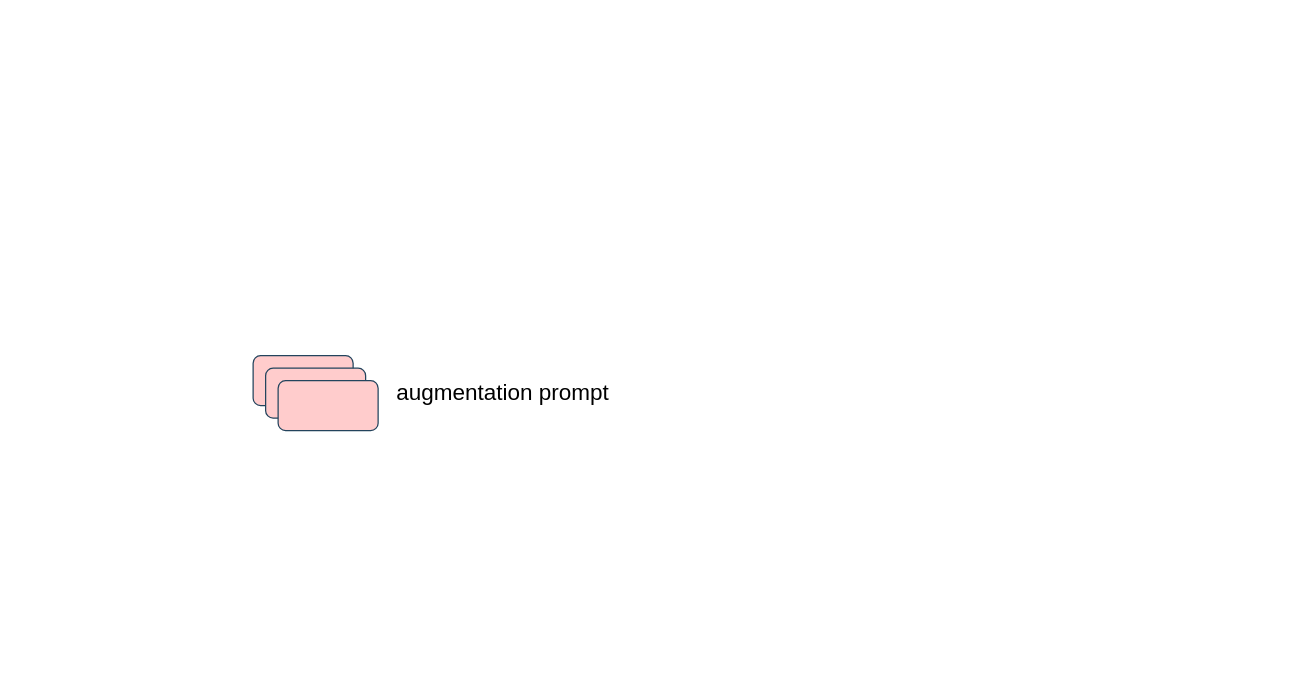
This is prompt-match.drawio from ganchi-huanggua/Semi-supervised-learning, a draw.io file, before an edit. Source tidied: cells renumbered, new cells numbered last; positions are measured from the earlier drawing's top-left corner, leaving out a move shared by most shapes. Both pictures are drawn from the tidied source at 125%, with x=0, y=0 at pixel (252, 355).
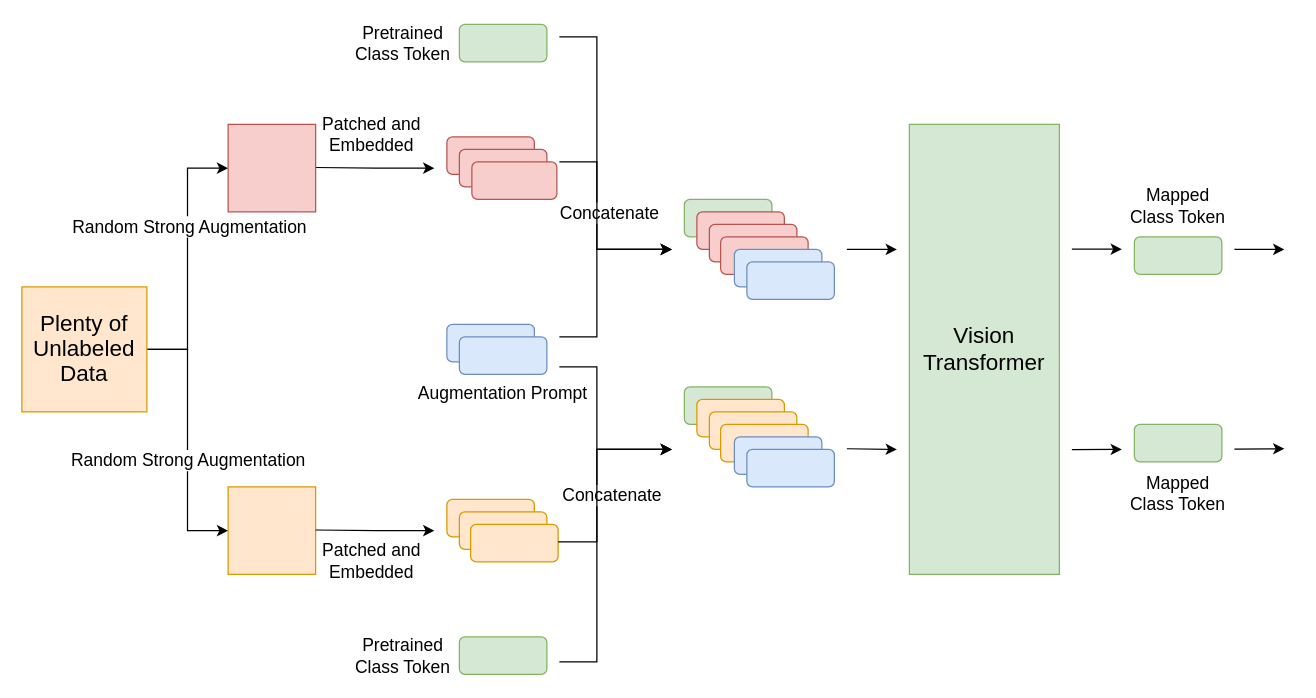
Above is the later version.

The edit, as a diff of the source:
```diff
@@
-    <mxCell id="2" style="group;" parent="1" vertex="1">
-      <mxGeometry width="100" height="60" as="geometry" />
-    </mxCell>
-    <mxCell id="3" style="rounded=1;whiteSpace=wrap;html=1;fillColor=#FFCCCC;strokeColor=#23445d;" parent="2" vertex="1">
-      <mxGeometry width="80" height="40" as="geometry" />
-    </mxCell>
-    <mxCell id="4" style="rounded=1;whiteSpace=wrap;html=1;fillColor=#FFCCCC;strokeColor=#23445d;" parent="2" vertex="1">
-      <mxGeometry x="10" y="10" width="80" height="40" as="geometry" />
-    </mxCell>
-    <mxCell id="5" style="rounded=1;whiteSpace=wrap;html=1;fillColor=#FFCCCC;strokeColor=#23445d;" parent="2" vertex="1">
-      <mxGeometry x="20" y="20" width="80" height="40" as="geometry" />
-    </mxCell>
-    <mxCell id="6" value="&lt;font face=&quot;Helvetica&quot; style=&quot;font-size: 18px;&quot;&gt;augmentation prompt&lt;/font&gt;" style="text;html=1;align=center;verticalAlign=middle;whiteSpace=wrap;rounded=0;" parent="1" vertex="1">
+    <mxCell id="6" value="&lt;font face=&quot;Helvetica&quot; style=&quot;font-size: 14px;&quot;&gt;Augmentation Prompt&lt;/font&gt;" style="text;html=1;align=center;verticalAlign=middle;whiteSpace=wrap;rounded=0;" parent="1" vertex="1">
       <mxGeometry x="80" y="15" width="240" height="30" as="geometry" />
     </mxCell>
+    <mxCell id="7" value="&lt;font style=&quot;font-size: 18px;&quot;&gt;Vision Transformer&lt;/font&gt;" style="rounded=0;whiteSpace=wrap;html=1;fillColor=#d5e8d4;strokeColor=#82b366;" parent="1" vertex="1">
+      <mxGeometry x="525" y="-185" width="120" height="360" as="geometry" />
+    </mxCell>
+    <mxCell id="8" style="edgeStyle=orthogonalEdgeStyle;rounded=0;jettySize=auto;html=1;exitX=1;exitY=0.5;exitDx=0;exitDy=0;entryX=0;entryY=0.5;entryDx=0;entryDy=0;" parent="1" edge="1" source="12" target="15">
+      <mxGeometry relative="1" as="geometry" />
+    </mxCell>
+    <mxCell id="9" value="&lt;font style=&quot;font-size: 14px;&quot;&gt;Random Strong Augmentation&lt;/font&gt;" style="edgeLabel;html=1;align=center;verticalAlign=middle;" parent="8" vertex="1">
+      <mxGeometry x="0.25" relative="1" as="geometry">
+        <mxPoint x="1" as="offset" />
+      </mxGeometry>
+    </mxCell>
+    <mxCell id="10" style="edgeStyle=orthogonalEdgeStyle;rounded=0;jettySize=auto;html=1;exitX=1;exitY=0.5;exitDx=0;exitDy=0;entryX=0;entryY=0.5;entryDx=0;entryDy=0;" parent="1" edge="1" source="12" target="13">
+      <mxGeometry relative="1" as="geometry" />
+    </mxCell>
+    <mxCell id="11" value="&lt;font style=&quot;font-size: 14px;&quot;&gt;Random Strong Augmentation&lt;/font&gt;" style="edgeLabel;html=1;align=center;verticalAlign=middle;" parent="10" vertex="1">
+      <mxGeometry x="-0.07" relative="1" as="geometry">
+        <mxPoint y="23" as="offset" />
+      </mxGeometry>
+    </mxCell>
+    <mxCell id="12" value="&lt;p style=&quot;line-height: 150%;&quot;&gt;&lt;font style=&quot;font-size: 18px;&quot;&gt;Plenty of Unlabeled Data&lt;/font&gt;&lt;/p&gt;" style="whiteSpace=wrap;html=1;fillColor=#ffe6cc;strokeColor=#d79b00;flipV=0;" parent="1" vertex="1">
+      <mxGeometry x="-185" y="-55" width="100" height="100" as="geometry" />
+    </mxCell>
+    <mxCell id="13" style="whiteSpace=wrap;html=1;fillColor=#ffe6cc;strokeColor=#d79b00;flipV=0;" parent="1" vertex="1">
+      <mxGeometry x="-20" y="105" width="70" height="70" as="geometry" />
+    </mxCell>
+    <mxCell id="14" style="edgeStyle=orthogonalEdgeStyle;rounded=0;orthogonalLoop=1;jettySize=auto;html=1;exitX=1;exitY=0.5;exitDx=0;exitDy=0;" parent="1" edge="1">
+      <mxGeometry relative="1" as="geometry">
+        <mxPoint x="50" y="-150.5" as="sourcePoint" />
+        <mxPoint x="145" y="-150" as="targetPoint" />
+      </mxGeometry>
+    </mxCell>
+    <mxCell id="15" style="whiteSpace=wrap;html=1;fillColor=#f8cecc;strokeColor=#b85450;flipV=0;" parent="1" vertex="1">
+      <mxGeometry x="-20" y="-185" width="70" height="70" as="geometry" />
+    </mxCell>
+    <mxCell id="16" value="&lt;font style=&quot;font-size: 14px;&quot;&gt;Patched and Embedded&lt;/font&gt;" style="text;html=1;align=center;verticalAlign=middle;whiteSpace=wrap;rounded=0;" parent="1" vertex="1">
+      <mxGeometry x="50" y="-192" width="90" height="30" as="geometry" />
+    </mxCell>
+    <mxCell id="17" style="edgeStyle=orthogonalEdgeStyle;rounded=0;orthogonalLoop=1;jettySize=auto;html=1;exitX=1;exitY=0.5;exitDx=0;exitDy=0;" parent="1" edge="1">
+      <mxGeometry relative="1" as="geometry">
+        <mxPoint x="50" y="139.5" as="sourcePoint" />
+        <mxPoint x="145" y="140" as="targetPoint" />
+      </mxGeometry>
+    </mxCell>
+    <mxCell id="18" value="&lt;font style=&quot;font-size: 14px;&quot;&gt;Patched and Embedded&lt;/font&gt;" style="text;html=1;align=center;verticalAlign=middle;whiteSpace=wrap;rounded=0;" parent="1" vertex="1">
+      <mxGeometry x="50" y="149" width="90" height="30" as="geometry" />
+    </mxCell>
+    <mxCell id="19" style="group;" parent="1" vertex="1">
+      <mxGeometry x="155" y="-175" width="89" height="50" as="geometry" />
+    </mxCell>
+    <mxCell id="20" style="rounded=1;whiteSpace=wrap;html=1;fillColor=#f8cecc;strokeColor=#b85450;" parent="19" vertex="1">
+      <mxGeometry width="70" height="30" as="geometry" />
+    </mxCell>
+    <mxCell id="21" style="rounded=1;whiteSpace=wrap;html=1;fillColor=#f8cecc;strokeColor=#b85450;" parent="19" vertex="1">
+      <mxGeometry x="10" y="10" width="70" height="30" as="geometry" />
+    </mxCell>
+    <mxCell id="22" style="rounded=1;whiteSpace=wrap;html=1;fillColor=#f8cecc;strokeColor=#b85450;" parent="19" vertex="1">
+      <mxGeometry x="20" y="20" width="68" height="30" as="geometry" />
+    </mxCell>
+    <mxCell id="23" style="group;" parent="1" vertex="1">
+      <mxGeometry x="155" y="-25" width="90" height="50" as="geometry" />
+    </mxCell>
+    <mxCell id="24" style="rounded=1;whiteSpace=wrap;html=1;fillColor=#dae8fc;strokeColor=#6c8ebf;" parent="23" vertex="1">
+      <mxGeometry width="70" height="30" as="geometry" />
+    </mxCell>
+    <mxCell id="25" style="rounded=1;whiteSpace=wrap;html=1;fillColor=#dae8fc;strokeColor=#6c8ebf;" parent="23" vertex="1">
+      <mxGeometry x="10" y="10" width="70" height="30" as="geometry" />
+    </mxCell>
+    <mxCell id="26" style="group;" parent="1" vertex="1">
+      <mxGeometry x="155" y="115" width="89" height="50" as="geometry" />
+    </mxCell>
+    <mxCell id="27" style="rounded=1;whiteSpace=wrap;html=1;fillColor=#ffe6cc;strokeColor=#d79b00;" parent="26" vertex="1">
+      <mxGeometry width="70" height="30" as="geometry" />
+    </mxCell>
+    <mxCell id="28" style="rounded=1;whiteSpace=wrap;html=1;fillColor=#ffe6cc;strokeColor=#d79b00;" parent="26" vertex="1">
+      <mxGeometry x="10" y="10" width="70" height="30" as="geometry" />
+    </mxCell>
+    <mxCell id="29" style="rounded=1;whiteSpace=wrap;html=1;fillColor=#ffe6cc;strokeColor=#d79b00;" parent="26" vertex="1">
+      <mxGeometry x="19" y="20" width="70" height="30" as="geometry" />
+    </mxCell>
+    <mxCell id="30" style="edgeStyle=orthogonalEdgeStyle;rounded=0;orthogonalLoop=1;jettySize=auto;html=1;exitX=0.5;exitY=1;exitDx=0;exitDy=0;" parent="1" edge="1" source="6" target="6">
+      <mxGeometry relative="1" as="geometry" />
+    </mxCell>
+    <mxCell id="31" style="group;" parent="1" vertex="1">
+      <mxGeometry x="355" y="35" width="120" height="80" as="geometry" />
+    </mxCell>
+    <mxCell id="32" style="group;" parent="31" vertex="1">
+      <mxGeometry width="89" height="50" as="geometry" />
+    </mxCell>
+    <mxCell id="33" style="rounded=1;whiteSpace=wrap;html=1;fillColor=#d5e8d4;strokeColor=#82b366;" parent="32" vertex="1">
+      <mxGeometry x="-10" y="-10" width="70" height="30" as="geometry" />
+    </mxCell>
+    <mxCell id="34" style="rounded=1;whiteSpace=wrap;html=1;fillColor=#ffe6cc;strokeColor=#d79b00;" parent="32" vertex="1">
+      <mxGeometry width="70" height="30" as="geometry" />
+    </mxCell>
+    <mxCell id="35" style="rounded=1;whiteSpace=wrap;html=1;fillColor=#ffe6cc;strokeColor=#d79b00;" parent="32" vertex="1">
+      <mxGeometry x="10" y="10" width="70" height="30" as="geometry" />
+    </mxCell>
+    <mxCell id="36" style="rounded=1;whiteSpace=wrap;html=1;fillColor=#ffe6cc;strokeColor=#d79b00;" parent="32" vertex="1">
+      <mxGeometry x="19" y="20" width="70" height="30" as="geometry" />
+    </mxCell>
+    <mxCell id="37" style="group;" parent="31" vertex="1">
+      <mxGeometry x="30" y="30" width="90" height="50" as="geometry" />
+    </mxCell>
+    <mxCell id="38" style="rounded=1;whiteSpace=wrap;html=1;fillColor=#dae8fc;strokeColor=#6c8ebf;" parent="37" vertex="1">
+      <mxGeometry width="70" height="30" as="geometry" />
+    </mxCell>
+    <mxCell id="39" style="rounded=1;whiteSpace=wrap;html=1;fillColor=#dae8fc;strokeColor=#6c8ebf;" parent="37" vertex="1">
+      <mxGeometry x="10" y="10" width="70" height="30" as="geometry" />
+    </mxCell>
+    <mxCell id="40" style="endArrow=classic;html=1;rounded=0;" parent="1" edge="1">
+      <mxGeometry relative="1" as="geometry">
+        <mxPoint x="245" y="-15" as="sourcePoint" />
+        <mxPoint x="335" y="-85" as="targetPoint" />
+        <Array as="points">
+          <mxPoint x="275" y="-15" />
+          <mxPoint x="275" y="-85" />
+        </Array>
+      </mxGeometry>
+    </mxCell>
+    <mxCell id="41" style="endArrow=classic;html=1;rounded=0;" parent="1" edge="1">
+      <mxGeometry relative="1" as="geometry">
+        <mxPoint x="245" y="-155" as="sourcePoint" />
+        <mxPoint x="335" y="-85" as="targetPoint" />
+        <Array as="points">
+          <mxPoint x="275" y="-155" />
+          <mxPoint x="275" y="-85" />
+        </Array>
+      </mxGeometry>
+    </mxCell>
+    <mxCell id="42" value="&lt;font style=&quot;font-size: 14px;&quot;&gt;Concatenate&lt;/font&gt;" style="edgeLabel;html=1;align=center;verticalAlign=middle;" parent="41" vertex="1">
+      <mxGeometry x="0.38" y="-2" relative="1" as="geometry">
+        <mxPoint x="-1" y="-32" as="offset" />
+      </mxGeometry>
+    </mxCell>
+    <mxCell id="43" style="endArrow=classic;html=1;rounded=0;" parent="1" edge="1">
+      <mxGeometry relative="1" as="geometry">
+        <mxPoint x="244" y="149" as="sourcePoint" />
+        <mxPoint x="335" y="75" as="targetPoint" />
+        <Array as="points">
+          <mxPoint x="275" y="149" />
+          <mxPoint x="275" y="75" />
+        </Array>
+      </mxGeometry>
+    </mxCell>
+    <mxCell id="44" style="endArrow=classic;html=1;rounded=0;" parent="1" edge="1">
+      <mxGeometry relative="1" as="geometry">
+        <mxPoint x="245" y="9" as="sourcePoint" />
+        <mxPoint x="335" y="75" as="targetPoint" />
+        <Array as="points">
+          <mxPoint x="275" y="9" />
+          <mxPoint x="275" y="75" />
+        </Array>
+      </mxGeometry>
+    </mxCell>
+    <mxCell id="45" value="&lt;font style=&quot;font-size: 14px;&quot;&gt;Concatenate&lt;/font&gt;" style="edgeLabel;html=1;align=center;verticalAlign=middle;" parent="44" vertex="1">
+      <mxGeometry x="0.38" y="-2" relative="1" as="geometry">
+        <mxPoint x="-1" y="34" as="offset" />
+      </mxGeometry>
+    </mxCell>
+    <mxCell id="46" style="group;" parent="1" vertex="1">
+      <mxGeometry x="355" y="-115" width="120" height="80" as="geometry" />
+    </mxCell>
+    <mxCell id="47" style="group;" parent="46" vertex="1">
+      <mxGeometry width="89" height="50" as="geometry" />
+    </mxCell>
+    <mxCell id="48" style="rounded=1;whiteSpace=wrap;html=1;fillColor=#d5e8d4;strokeColor=#82b366;" parent="47" vertex="1">
+      <mxGeometry x="-10" y="-10" width="70" height="30" as="geometry" />
+    </mxCell>
+    <mxCell id="49" style="rounded=1;whiteSpace=wrap;html=1;fillColor=#f8cecc;strokeColor=#b85450;" parent="47" vertex="1">
+      <mxGeometry width="70" height="30" as="geometry" />
+    </mxCell>
+    <mxCell id="50" style="rounded=1;whiteSpace=wrap;html=1;fillColor=#f8cecc;strokeColor=#b85450;" parent="47" vertex="1">
+      <mxGeometry x="10" y="10" width="70" height="30" as="geometry" />
+    </mxCell>
+    <mxCell id="51" style="rounded=1;whiteSpace=wrap;html=1;fillColor=#f8cecc;strokeColor=#b85450;" parent="47" vertex="1">
+      <mxGeometry x="19" y="20" width="70" height="30" as="geometry" />
+    </mxCell>
+    <mxCell id="52" style="group;" parent="46" vertex="1">
+      <mxGeometry x="30" y="30" width="90" height="50" as="geometry" />
+    </mxCell>
+    <mxCell id="53" style="rounded=1;whiteSpace=wrap;html=1;fillColor=#dae8fc;strokeColor=#6c8ebf;" parent="52" vertex="1">
+      <mxGeometry width="70" height="30" as="geometry" />
+    </mxCell>
+    <mxCell id="54" style="rounded=1;whiteSpace=wrap;html=1;fillColor=#dae8fc;strokeColor=#6c8ebf;" parent="52" vertex="1">
+      <mxGeometry x="10" y="10" width="70" height="30" as="geometry" />
+    </mxCell>
+    <mxCell id="55" style="endArrow=classic;html=1;rounded=0;" parent="1" edge="1">
+      <mxGeometry relative="1" as="geometry">
+        <mxPoint x="475" y="-85" as="sourcePoint" />
+        <mxPoint x="515" y="-85" as="targetPoint" />
+      </mxGeometry>
+    </mxCell>
+    <mxCell id="56" style="endArrow=classic;html=1;rounded=0;" parent="1" edge="1">
+      <mxGeometry relative="1" as="geometry">
+        <mxPoint x="475" y="74.5" as="sourcePoint" />
+        <mxPoint x="515" y="75" as="targetPoint" />
+      </mxGeometry>
+    </mxCell>
+    <mxCell id="57" style="rounded=1;whiteSpace=wrap;html=1;fillColor=#d5e8d4;strokeColor=#82b366;" parent="1" vertex="1">
+      <mxGeometry x="165" y="-265" width="70" height="30" as="geometry" />
+    </mxCell>
+    <mxCell id="58" value="&lt;font style=&quot;font-size: 14px;&quot;&gt;Pretrained Class Token&lt;/font&gt;" style="text;html=1;align=center;verticalAlign=middle;whiteSpace=wrap;rounded=0;" parent="1" vertex="1">
+      <mxGeometry x="75" y="-265" width="90" height="30" as="geometry" />
+    </mxCell>
+    <mxCell id="59" style="endArrow=classic;html=1;rounded=0;" parent="1" edge="1">
+      <mxGeometry relative="1" as="geometry">
+        <mxPoint x="245" y="-255" as="sourcePoint" />
+        <mxPoint x="335" y="-85" as="targetPoint" />
+        <Array as="points">
+          <mxPoint x="275" y="-255" />
+          <mxPoint x="275" y="-85" />
+        </Array>
+      </mxGeometry>
+    </mxCell>
+    <mxCell id="60" style="rounded=1;whiteSpace=wrap;html=1;fillColor=#d5e8d4;strokeColor=#82b366;" parent="1" vertex="1">
+      <mxGeometry x="165" y="225" width="70" height="30" as="geometry" />
+    </mxCell>
+    <mxCell id="61" value="&lt;font style=&quot;font-size: 14px;&quot;&gt;Pretrained Class Token&lt;/font&gt;" style="text;html=1;align=center;verticalAlign=middle;whiteSpace=wrap;rounded=0;" parent="1" vertex="1">
+      <mxGeometry x="75" y="225" width="90" height="30" as="geometry" />
+    </mxCell>
+    <mxCell id="62" style="endArrow=classic;html=1;rounded=0;" parent="1" edge="1">
+      <mxGeometry relative="1" as="geometry">
+        <mxPoint x="245" y="245" as="sourcePoint" />
+        <mxPoint x="335" y="75" as="targetPoint" />
+        <Array as="points">
+          <mxPoint x="275" y="245" />
+          <mxPoint x="275" y="75" />
+        </Array>
+      </mxGeometry>
+    </mxCell>
+    <mxCell id="63" style="endArrow=classic;html=1;rounded=0;" parent="1" edge="1">
+      <mxGeometry relative="1" as="geometry">
+        <mxPoint x="655" y="-85.2" as="sourcePoint" />
+        <mxPoint x="695" y="-85.2" as="targetPoint" />
+      </mxGeometry>
+    </mxCell>
+    <mxCell id="64" style="endArrow=classic;html=1;rounded=0;" parent="1" edge="1">
+      <mxGeometry relative="1" as="geometry">
+        <mxPoint x="655" y="75.2" as="sourcePoint" />
+        <mxPoint x="695" y="75" as="targetPoint" />
+      </mxGeometry>
+    </mxCell>
+    <mxCell id="65" style="rounded=1;whiteSpace=wrap;html=1;fillColor=#d5e8d4;strokeColor=#82b366;" parent="1" vertex="1">
+      <mxGeometry x="705" y="-95" width="70" height="30" as="geometry" />
+    </mxCell>
+    <mxCell id="66" style="rounded=1;whiteSpace=wrap;html=1;fillColor=#d5e8d4;strokeColor=#82b366;" parent="1" vertex="1">
+      <mxGeometry x="705" y="55" width="70" height="30" as="geometry" />
+    </mxCell>
+    <mxCell id="67" value="&lt;font style=&quot;font-size: 14px;&quot;&gt;Mapped Class Token&lt;/font&gt;" style="text;html=1;align=center;verticalAlign=middle;whiteSpace=wrap;rounded=0;" parent="1" vertex="1">
+      <mxGeometry x="695" y="-135" width="90" height="30" as="geometry" />
+    </mxCell>
+    <mxCell id="68" value="&lt;font style=&quot;font-size: 14px;&quot;&gt;Mapped Class Token&lt;/font&gt;" style="text;html=1;align=center;verticalAlign=middle;whiteSpace=wrap;rounded=0;" parent="1" vertex="1">
+      <mxGeometry x="695" y="95" width="90" height="30" as="geometry" />
+    </mxCell>
+    <mxCell id="69" style="endArrow=classic;html=1;rounded=0;" parent="1" edge="1">
+      <mxGeometry relative="1" as="geometry">
+        <mxPoint x="785" y="-85" as="sourcePoint" />
+        <mxPoint x="825" y="-85" as="targetPoint" />
+      </mxGeometry>
+    </mxCell>
+    <mxCell id="70" style="endArrow=classic;html=1;rounded=0;" parent="1" edge="1">
+      <mxGeometry relative="1" as="geometry">
+        <mxPoint x="785" y="74.8" as="sourcePoint" />
+        <mxPoint x="825" y="74.5" as="targetPoint" />
+      </mxGeometry>
+    </mxCell>
```
